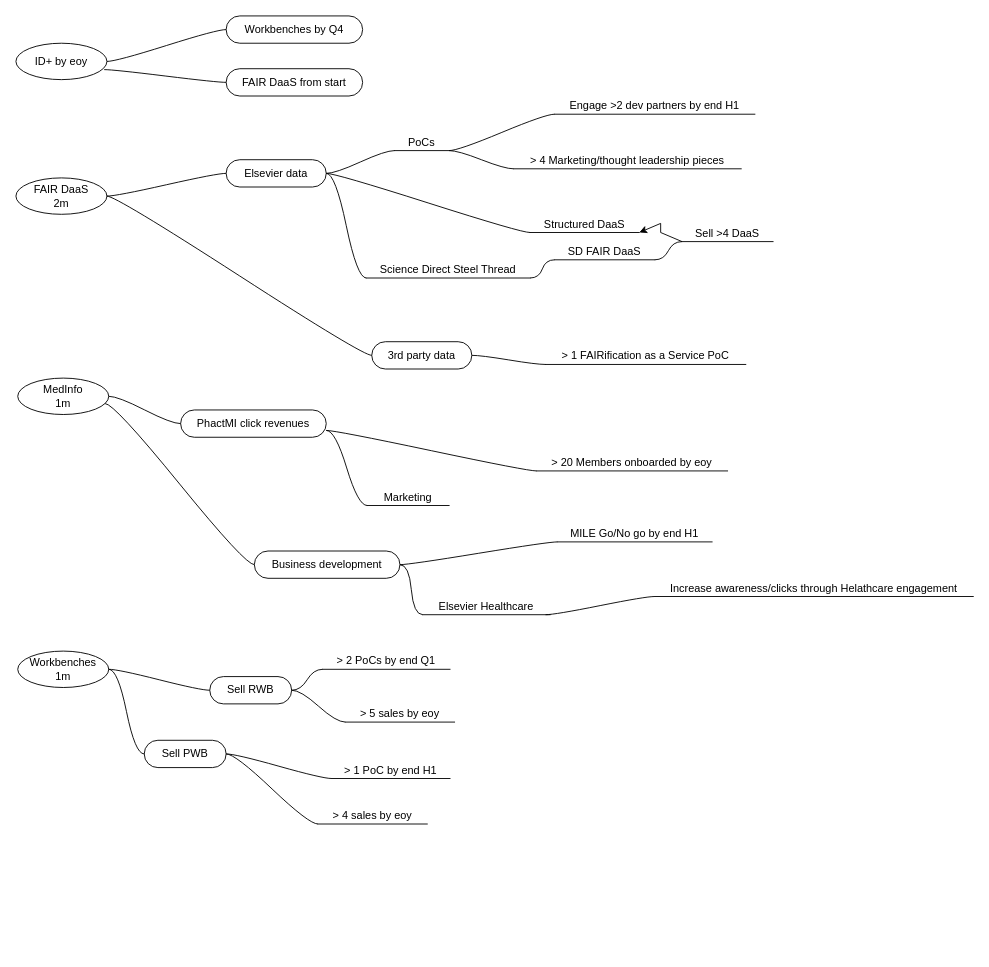
The draw.io diagram OKR.drawio in tim-elsevier/demos, before the edit. Source tidied: cells renumbered, new cells numbered last; positions are measured from the earlier drawing's top-left corner, leaving out a move shared by most shapes. Both pictures are drawn from the tidied source at 91%, with x=0, y=0 at pixel (15, 15).
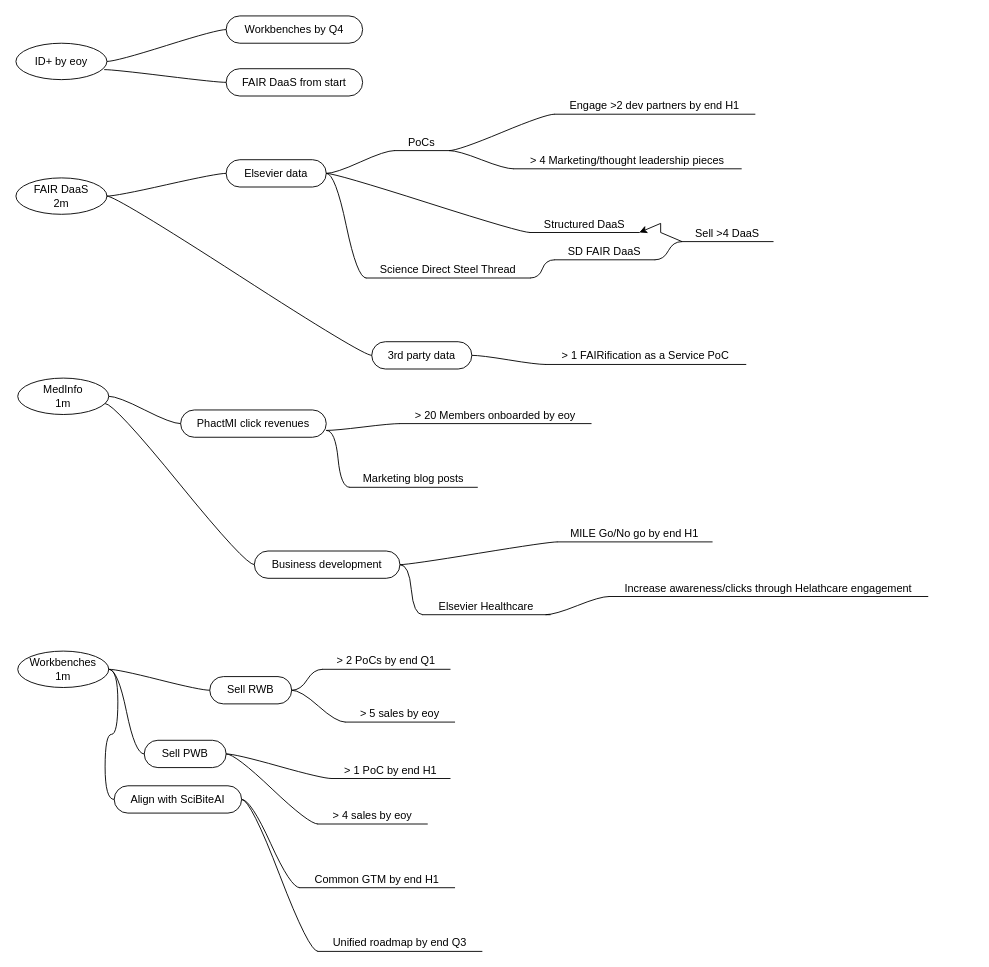
The same diagram, later.

The change refers to these unchanged cells:
```xml
<mxCell id="5" value="Workbenches&lt;br&gt;1m" style="ellipse;whiteSpace=wrap;html=1;align=center;newEdgeStyle={&quot;edgeStyle&quot;:&quot;entityRelationEdgeStyle&quot;,&quot;startArrow&quot;:&quot;none&quot;,&quot;endArrow&quot;:&quot;none&quot;,&quot;segment&quot;:10,&quot;curved&quot;:1};" parent="1" vertex="1">
  <mxGeometry x="2" y="698" width="100" height="40" as="geometry" />
</mxCell>
```

The edit, as a diff of the source:
```diff
@@
     <mxCell id="27" value="&amp;gt; 20 Members onboarded by eoy" style="whiteSpace=wrap;html=1;shape=partialRectangle;top=0;left=0;bottom=1;right=0;points=[[0,1],[1,1]];fillColor=none;align=center;verticalAlign=bottom;routingCenterY=0.5;snapToPoint=1;newEdgeStyle={&quot;edgeStyle&quot;:&quot;entityRelationEdgeStyle&quot;,&quot;startArrow&quot;:&quot;none&quot;,&quot;endArrow&quot;:&quot;none&quot;,&quot;segment&quot;:10,&quot;curved&quot;:1};" parent="1" vertex="1">
-      <mxGeometry x="572" y="480" width="210" height="20" as="geometry" />
+      <mxGeometry x="422" y="428" width="210" height="20" as="geometry" />
     </mxCell>
@@
-    <mxCell id="29" value="Marketing" style="whiteSpace=wrap;html=1;shape=partialRectangle;top=0;left=0;bottom=1;right=0;points=[[0,1],[1,1]];fillColor=none;align=center;verticalAlign=bottom;routingCenterY=0.5;snapToPoint=1;newEdgeStyle={&quot;edgeStyle&quot;:&quot;entityRelationEdgeStyle&quot;,&quot;startArrow&quot;:&quot;none&quot;,&quot;endArrow&quot;:&quot;none&quot;,&quot;segment&quot;:10,&quot;curved&quot;:1};" parent="1" vertex="1">
-      <mxGeometry x="386" y="518" width="90" height="20" as="geometry" />
+    <mxCell id="29" value="Marketing blog posts" style="whiteSpace=wrap;html=1;shape=partialRectangle;top=0;left=0;bottom=1;right=0;points=[[0,1],[1,1]];fillColor=none;align=center;verticalAlign=bottom;routingCenterY=0.5;snapToPoint=1;newEdgeStyle={&quot;edgeStyle&quot;:&quot;entityRelationEdgeStyle&quot;,&quot;startArrow&quot;:&quot;none&quot;,&quot;endArrow&quot;:&quot;none&quot;,&quot;segment&quot;:10,&quot;curved&quot;:1};" parent="1" vertex="1">
+      <mxGeometry x="367" y="498" width="140" height="20" as="geometry" />
     </mxCell>
@@
     <mxCell id="48" value="Increase awareness/clicks through Helathcare engagement" style="whiteSpace=wrap;html=1;shape=partialRectangle;top=0;left=0;bottom=1;right=0;points=[[0,1],[1,1]];fillColor=none;align=center;verticalAlign=bottom;routingCenterY=0.5;snapToPoint=1;newEdgeStyle={&quot;edgeStyle&quot;:&quot;entityRelationEdgeStyle&quot;,&quot;startArrow&quot;:&quot;none&quot;,&quot;endArrow&quot;:&quot;none&quot;,&quot;segment&quot;:10,&quot;curved&quot;:1};" parent="1" vertex="1">
-      <mxGeometry x="702" y="618" width="350" height="20" as="geometry" />
+      <mxGeometry x="652" y="618" width="350" height="20" as="geometry" />
     </mxCell>
@@
+    <mxCell id="58" value="Common GTM by end H1" style="whiteSpace=wrap;html=1;shape=partialRectangle;top=0;left=0;bottom=1;right=0;points=[[0,1],[1,1]];fillColor=none;align=center;verticalAlign=bottom;routingCenterY=0.5;snapToPoint=1;newEdgeStyle={&quot;edgeStyle&quot;:&quot;entityRelationEdgeStyle&quot;,&quot;startArrow&quot;:&quot;none&quot;,&quot;endArrow&quot;:&quot;none&quot;,&quot;segment&quot;:10,&quot;curved&quot;:1};" parent="1" vertex="1">
+      <mxGeometry x="312" y="938" width="170" height="20" as="geometry" />
+    </mxCell>
+    <mxCell id="59" style="edgeStyle=entityRelationEdgeStyle;startArrow=none;endArrow=none;segment=10;curved=1;exitX=1;exitY=0.5;exitDx=0;exitDy=0;" parent="1" edge="1" source="60" target="58">
+      <mxGeometry relative="1" as="geometry" />
+    </mxCell>
+    <mxCell id="60" value="Align with SciBiteAI" style="whiteSpace=wrap;html=1;rounded=1;arcSize=50;align=center;verticalAlign=middle;strokeWidth=1;spacing=4;newEdgeStyle={&quot;edgeStyle&quot;:&quot;entityRelationEdgeStyle&quot;,&quot;startArrow&quot;:&quot;none&quot;,&quot;endArrow&quot;:&quot;none&quot;,&quot;segment&quot;:10,&quot;curved&quot;:1};" parent="1" vertex="1">
+      <mxGeometry x="108" y="846" width="140" height="30" as="geometry" />
+    </mxCell>
+    <mxCell id="61" style="edgeStyle=entityRelationEdgeStyle;startArrow=none;endArrow=none;segment=10;curved=1;exitX=1;exitY=0.5;exitDx=0;exitDy=0;" parent="1" edge="1" source="5" target="60">
+      <mxGeometry relative="1" as="geometry" />
+    </mxCell>
+    <mxCell id="62" value="Unified roadmap by end Q3" style="whiteSpace=wrap;html=1;shape=partialRectangle;top=0;left=0;bottom=1;right=0;points=[[0,1],[1,1]];fillColor=none;align=center;verticalAlign=bottom;routingCenterY=0.5;snapToPoint=1;newEdgeStyle={&quot;edgeStyle&quot;:&quot;entityRelationEdgeStyle&quot;,&quot;startArrow&quot;:&quot;none&quot;,&quot;endArrow&quot;:&quot;none&quot;,&quot;segment&quot;:10,&quot;curved&quot;:1};" parent="1" vertex="1">
+      <mxGeometry x="332" y="1008" width="180" height="20" as="geometry" />
+    </mxCell>
+    <mxCell id="63" style="edgeStyle=entityRelationEdgeStyle;startArrow=none;endArrow=none;segment=10;curved=1;exitX=1;exitY=0.5;exitDx=0;exitDy=0;" parent="1" edge="1" source="60" target="62">
+      <mxGeometry relative="1" as="geometry" />
+    </mxCell>
```
